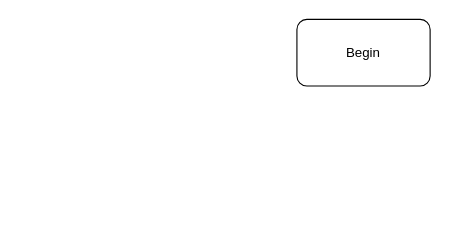
This is Dream2Team.drawio from Chaosito/team-two-project, a draw.io file, before an edit. Source tidied: cells renumbered, new cells numbered last; positions are measured from the earlier drawing's top-left corner, leaving out a move shared by most shapes. Both pictures are drawn from the tidied source at 111%, with x=0, y=0 at pixel (296, 19).
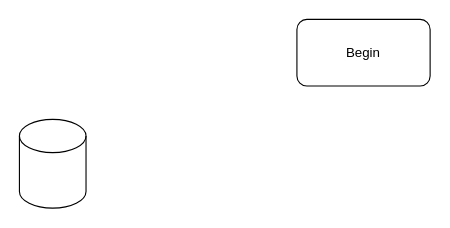
The same page after the edit.

Diff of the diagram source:
```diff
@@
 <mxGraphModel>
   <root>
     <mxCell id="0" />
     <mxCell id="1" parent="0" />
     <mxCell id="2" value="Begin" style="rounded=1;whiteSpace=wrap;html=1;" parent="1" vertex="1">
       <mxGeometry width="120" height="60" as="geometry" />
     </mxCell>
+    <mxCell id="3" style="shape=cylinder3;whiteSpace=wrap;html=1;boundedLbl=1;backgroundOutline=1;size=15;" parent="1" vertex="1">
+      <mxGeometry x="-250" y="90" width="60" height="80" as="geometry" />
+    </mxCell>
   </root>
 </mxGraphModel>
```
